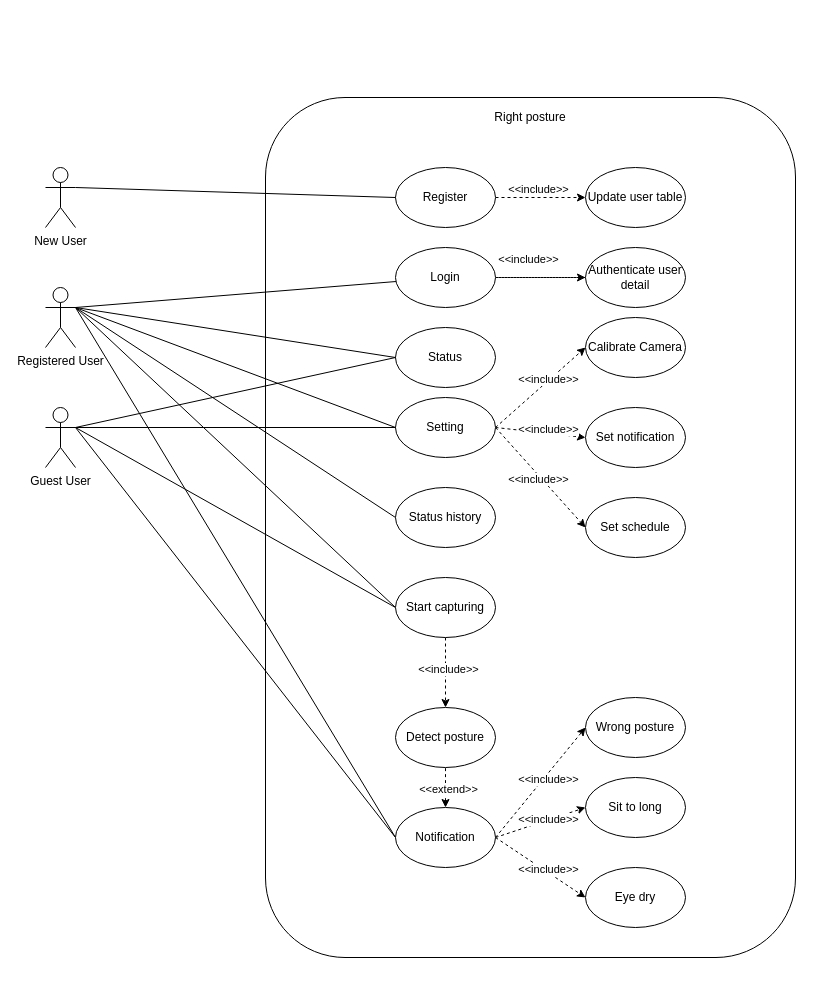
Before: Usecase.drawio in astrrr/Right-posture, a draw.io diagram. Source tidied: cells renumbered, new cells numbered last; positions are measured from the earlier drawing's top-left corner, leaving out a move shared by most shapes. Both pictures are drawn from the tidied source at 100%, with x=0, y=0 at pixel (45, 97).
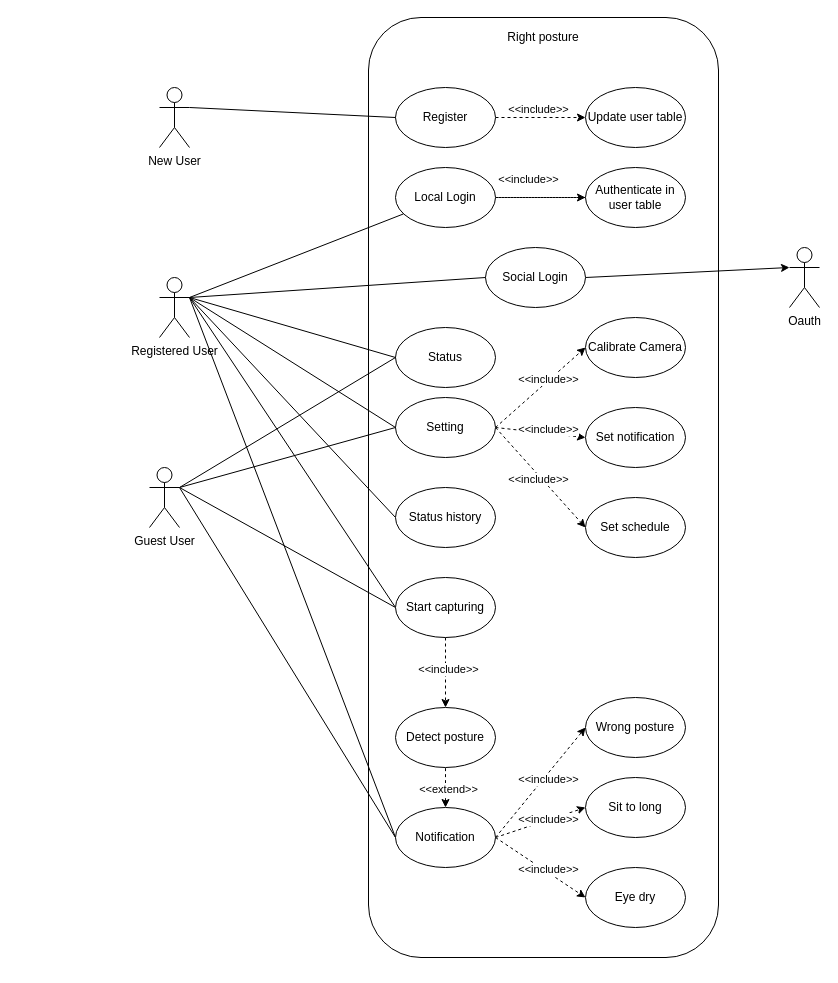
Above is the later version.

The edit, as a diff of the source:
```diff
@@
     <mxCell id="2" style="whiteSpace=wrap;html=1;rounded=1;imageAspect=1;" parent="1" vertex="1">
-      <mxGeometry x="220" width="530" height="860" as="geometry" />
+      <mxGeometry x="323" y="-80" width="350" height="940" as="geometry" />
     </mxCell>
@@
     <mxCell id="6" value="Registered User" style="shape=umlActor;verticalLabelPosition=bottom;verticalAlign=top;html=1;outlineConnect=0;" parent="1" vertex="1">
-      <mxGeometry y="190" width="30" height="60" as="geometry" />
+      <mxGeometry x="114" y="180" width="30" height="60" as="geometry" />
     </mxCell>
@@
-    <mxCell id="8" value="Login" style="ellipse;whiteSpace=wrap;html=1;" parent="1" vertex="1">
-      <mxGeometry x="350" y="150" width="100" height="60" as="geometry" />
+    <mxCell id="8" value="Local Login" style="ellipse;whiteSpace=wrap;html=1;" parent="1" vertex="1">
+      <mxGeometry x="350" y="70" width="100" height="60" as="geometry" />
     </mxCell>
     <mxCell id="9" value="Right posture" style="text;html=1;strokeColor=none;fillColor=none;align=center;verticalAlign=middle;whiteSpace=wrap;rounded=0;" parent="1" vertex="1">
-      <mxGeometry x="255" y="10" width="460" height="20" as="geometry" />
+      <mxGeometry x="343" y="-70" width="310" height="20" as="geometry" />
     </mxCell>
@@
     <mxCell id="11" value="&lt;span&gt;Register&lt;/span&gt;" style="ellipse;whiteSpace=wrap;html=1;" parent="1" vertex="1">
-      <mxGeometry x="350" y="70" width="100" height="60" as="geometry" />
+      <mxGeometry x="350" y="-10" width="100" height="60" as="geometry" />
     </mxCell>
@@
     <mxCell id="25" value="Guest User" style="shape=umlActor;verticalLabelPosition=bottom;verticalAlign=top;html=1;outlineConnect=0;" parent="1" vertex="1">
-      <mxGeometry y="310" width="30" height="60" as="geometry" />
+      <mxGeometry x="104" y="370" width="30" height="60" as="geometry" />
     </mxCell>
@@
     <mxCell id="27" value="New User" style="shape=umlActor;verticalLabelPosition=bottom;verticalAlign=top;html=1;outlineConnect=0;" parent="1" vertex="1">
-      <mxGeometry y="70" width="30" height="60" as="geometry" />
+      <mxGeometry x="114" y="-10" width="30" height="60" as="geometry" />
     </mxCell>
@@
     <mxCell id="50" value="&lt;span&gt;Update user table&lt;/span&gt;" style="ellipse;whiteSpace=wrap;html=1;" parent="1" vertex="1">
-      <mxGeometry x="540" y="70" width="100" height="60" as="geometry" />
+      <mxGeometry x="540" y="-10" width="100" height="60" as="geometry" />
     </mxCell>
@@
-    <mxCell id="52" value="Authenticate user detail" style="ellipse;whiteSpace=wrap;html=1;" parent="1" vertex="1">
-      <mxGeometry x="540" y="150" width="100" height="60" as="geometry" />
+    <mxCell id="52" value="Authenticate in user table" style="ellipse;whiteSpace=wrap;html=1;" parent="1" vertex="1">
+      <mxGeometry x="540" y="70" width="100" height="60" as="geometry" />
     </mxCell>
     <mxCell id="53" value="&amp;lt;&amp;lt;include&amp;gt;&amp;gt;" style="edgeLabel;html=1;align=center;verticalAlign=middle;" parent="1" vertex="1">
-      <mxGeometry x="610" y="50" as="geometry">
+      <mxGeometry x="610" y="-30" as="geometry">
         <mxPoint x="-118" y="41" as="offset" />
       </mxGeometry>
     </mxCell>
     <mxCell id="54" value="&amp;lt;&amp;lt;include&amp;gt;&amp;gt;" style="edgeLabel;html=1;align=center;verticalAlign=middle;" parent="1" vertex="1">
-      <mxGeometry x="600" y="120" as="geometry">
+      <mxGeometry x="600" y="40" as="geometry">
         <mxPoint x="-118" y="41" as="offset" />
       </mxGeometry>
     </mxCell>
+    <mxCell id="55" value="Oauth" style="shape=umlActor;verticalLabelPosition=bottom;verticalAlign=top;html=1;outlineConnect=0;" parent="1" vertex="1">
+      <mxGeometry x="744" y="150" width="30" height="60" as="geometry" />
+    </mxCell>
+    <mxCell id="56" style="rounded=0;jettySize=auto;html=1;exitX=1;exitY=0.5;exitDx=0;exitDy=0;entryX=0;entryY=0.3333333333333333;entryDx=0;entryDy=0;entryPerimeter=0;" parent="1" edge="1" source="57" target="55">
+      <mxGeometry relative="1" as="geometry" />
+    </mxCell>
+    <mxCell id="57" value="Social Login" style="ellipse;whiteSpace=wrap;html=1;" parent="1" vertex="1">
+      <mxGeometry x="440" y="150" width="100" height="60" as="geometry" />
+    </mxCell>
+    <mxCell id="58" style="rounded=0;jettySize=auto;html=1;entryX=0;entryY=0.5;entryDx=0;entryDy=0;endArrow=none;endFill=0;" parent="1" edge="1" target="57">
+      <mxGeometry relative="1" as="geometry">
+        <mxPoint x="144" y="200" as="sourcePoint" />
+      </mxGeometry>
+    </mxCell>
+    <mxCell id="59" style="edgeStyle=none;rounded=0;orthogonalLoop=1;jettySize=auto;html=1;exitX=0.5;exitY=1;exitDx=0;exitDy=0;" parent="1" edge="1" source="2" target="2">
+      <mxGeometry relative="1" as="geometry" />
+    </mxCell>
```
